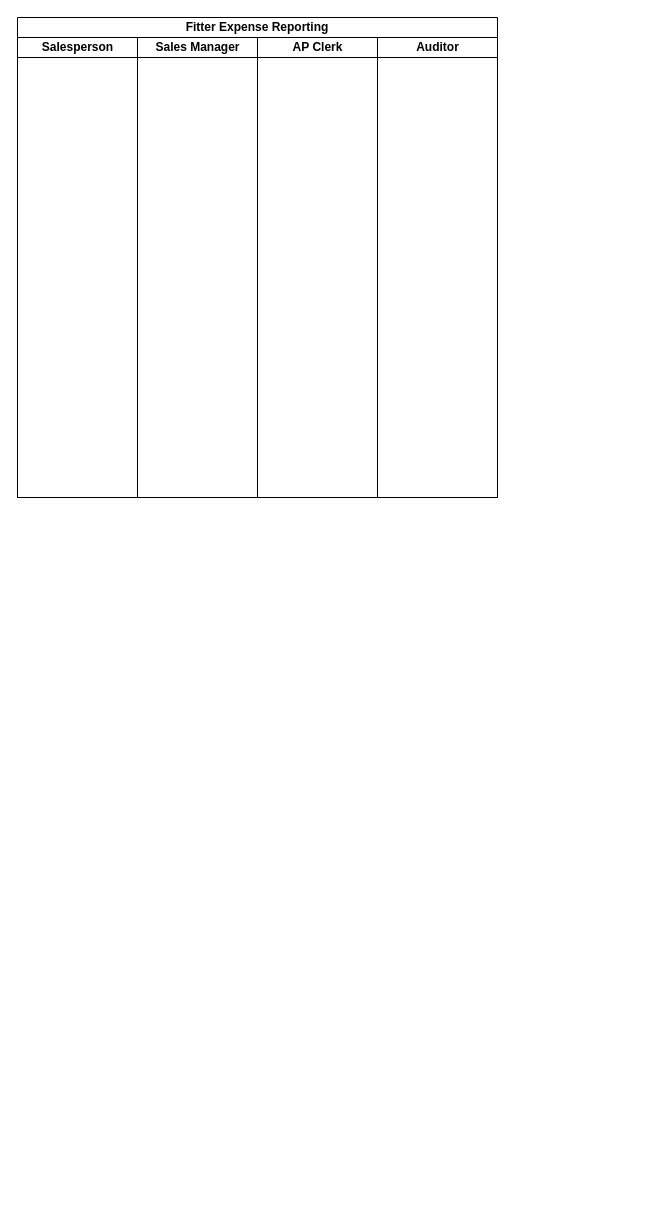
MHibriziF/SIPA keeps this draw.io diagram as Untitled Diagram.drawio. Above is the earlier version. Source tidied: cells renumbered, new cells numbered last; positions are measured from the earlier drawing's top-left corner, leaving out a move shared by most shapes. Both pictures are drawn from the tidied source at 100%, with x=0, y=0 at pixel (17, 17).
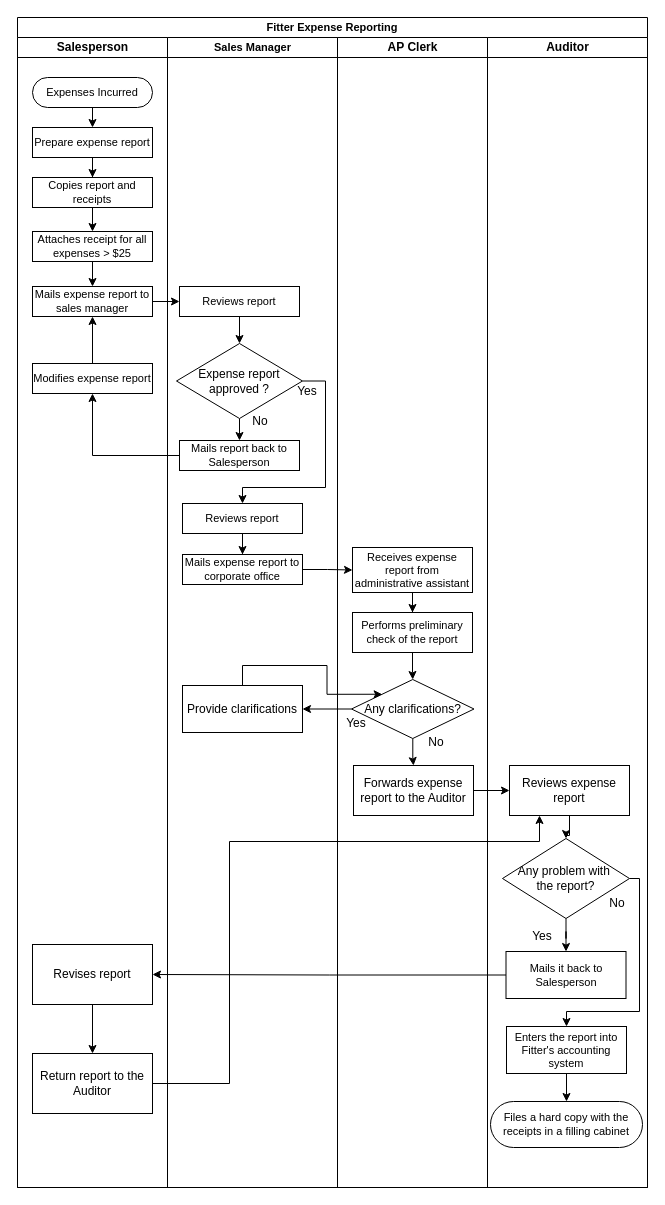
Above is the later version.

Commit message:
Finished Swimale Diagram.drawio

The edit, as a diff of the source:
```diff
@@
-    <mxCell id="2" value="Fitter Expense Reporting" style="swimlane;html=1;startSize=20;whiteSpace=wrap;" parent="1" vertex="1">
-      <mxGeometry width="480" height="480" as="geometry" />
+    <mxCell id="2" value="Fitter Expense Reporting" style="swimlane;html=1;startSize=20;whiteSpace=wrap;fontSize=11;" parent="1" vertex="1">
+      <mxGeometry width="630" height="1170" as="geometry" />
     </mxCell>
     <mxCell id="3" value="Salesperson" style="swimlane;html=1;startSize=20;" parent="2" vertex="1">
-      <mxGeometry y="20" width="120" height="460" as="geometry" />
+      <mxGeometry y="20" width="150" height="1150" as="geometry" />
     </mxCell>
+    <mxCell id="7" style="edgeStyle=orthogonalEdgeStyle;rounded=0;jettySize=auto;html=1;exitX=0.5;exitY=1;exitDx=0;exitDy=0;entryX=0.5;entryY=0;entryDx=0;entryDy=0;" parent="3" edge="1" source="8" target="10">
+      <mxGeometry relative="1" as="geometry" />
+    </mxCell>
+    <mxCell id="8" value="Expenses Incurred" style="rounded=1;whiteSpace=wrap;html=1;arcSize=50;fontSize=11;" parent="3" vertex="1">
+      <mxGeometry x="15" y="40" width="120" height="30" as="geometry" />
+    </mxCell>
+    <mxCell id="9" style="edgeStyle=orthogonalEdgeStyle;rounded=0;jettySize=auto;html=1;exitX=0.5;exitY=1;exitDx=0;exitDy=0;" parent="3" edge="1" source="10" target="12">
+      <mxGeometry relative="1" as="geometry" />
+    </mxCell>
+    <mxCell id="10" value="Prepare expense report" style="rounded=0;whiteSpace=wrap;html=1;fontSize=11;" parent="3" vertex="1">
+      <mxGeometry x="15" y="90" width="120" height="30" as="geometry" />
+    </mxCell>
+    <mxCell id="11" style="edgeStyle=orthogonalEdgeStyle;rounded=0;jettySize=auto;html=1;entryX=0.5;entryY=0;entryDx=0;entryDy=0;" parent="3" edge="1" source="12" target="14">
+      <mxGeometry relative="1" as="geometry" />
+    </mxCell>
+    <mxCell id="12" value="Copies report and receipts" style="rounded=0;whiteSpace=wrap;html=1;fontSize=11;" parent="3" vertex="1">
+      <mxGeometry x="15" y="140" width="120" height="30" as="geometry" />
+    </mxCell>
+    <mxCell id="13" style="edgeStyle=orthogonalEdgeStyle;rounded=0;jettySize=auto;html=1;" parent="3" edge="1" source="14" target="15">
+      <mxGeometry relative="1" as="geometry" />
+    </mxCell>
+    <mxCell id="14" value="Attaches receipt for all expenses &amp;gt; $25" style="rounded=0;whiteSpace=wrap;html=1;fontSize=11;" parent="3" vertex="1">
+      <mxGeometry x="15" y="194" width="120" height="30" as="geometry" />
+    </mxCell>
+    <mxCell id="15" value="Mails expense report to sales manager" style="rounded=0;whiteSpace=wrap;html=1;fontSize=11;" parent="3" vertex="1">
+      <mxGeometry x="15" y="249" width="120" height="30" as="geometry" />
+    </mxCell>
+    <mxCell id="16" style="edgeStyle=orthogonalEdgeStyle;rounded=0;jettySize=auto;html=1;" parent="3" edge="1" source="17" target="15">
+      <mxGeometry relative="1" as="geometry" />
+    </mxCell>
+    <mxCell id="17" value="Modifies expense report" style="rounded=0;whiteSpace=wrap;html=1;fontSize=11;" parent="3" vertex="1">
+      <mxGeometry x="15" y="326" width="120" height="30" as="geometry" />
+    </mxCell>
+    <mxCell id="18" style="edgeStyle=orthogonalEdgeStyle;rounded=0;jettySize=auto;html=1;" parent="3" edge="1" source="19" target="20">
+      <mxGeometry relative="1" as="geometry" />
+    </mxCell>
+    <mxCell id="19" value="Revises report" style="rounded=0;whiteSpace=wrap;html=1;" parent="3" vertex="1">
+      <mxGeometry x="15" y="907" width="120" height="60" as="geometry" />
+    </mxCell>
+    <mxCell id="20" value="Return report to the Auditor" style="rounded=0;whiteSpace=wrap;html=1;" parent="3" vertex="1">
+      <mxGeometry x="15" y="1016" width="120" height="60" as="geometry" />
+    </mxCell>
-    <mxCell id="4" value="Sales Manager" style="swimlane;html=1;startSize=20;" parent="2" vertex="1">
-      <mxGeometry x="120" y="20" width="120" height="460" as="geometry" />
+    <mxCell id="4" value="Sales Manager" style="swimlane;html=1;startSize=20;fontSize=11;" parent="2" vertex="1">
+      <mxGeometry x="150" y="20" width="170" height="1150" as="geometry" />
     </mxCell>
+    <mxCell id="21" style="edgeStyle=orthogonalEdgeStyle;rounded=0;jettySize=auto;html=1;" parent="4" edge="1" source="22" target="25">
+      <mxGeometry relative="1" as="geometry" />
+    </mxCell>
+    <mxCell id="22" value="Reviews report" style="rounded=0;whiteSpace=wrap;html=1;fontSize=11;" parent="4" vertex="1">
+      <mxGeometry x="12" y="249" width="120" height="30" as="geometry" />
+    </mxCell>
+    <mxCell id="23" style="edgeStyle=orthogonalEdgeStyle;rounded=0;jettySize=auto;html=1;exitX=0.5;exitY=1;exitDx=0;exitDy=0;entryX=0.5;entryY=0;entryDx=0;entryDy=0;" parent="4" edge="1" source="25" target="26">
+      <mxGeometry relative="1" as="geometry" />
+    </mxCell>
+    <mxCell id="24" style="edgeStyle=orthogonalEdgeStyle;rounded=0;jettySize=auto;html=1;exitX=1;exitY=0.5;exitDx=0;exitDy=0;" parent="4" edge="1" source="25" target="28">
+      <mxGeometry relative="1" as="geometry">
+        <Array as="points">
+          <mxPoint x="158" y="343" />
+          <mxPoint x="158" y="450" />
+          <mxPoint x="75" y="450" />
+        </Array>
+      </mxGeometry>
+    </mxCell>
+    <mxCell id="25" value="Expense report approved ?" style="rhombus;whiteSpace=wrap;html=1;" parent="4" vertex="1">
+      <mxGeometry x="9" y="306" width="126" height="75" as="geometry" />
+    </mxCell>
+    <mxCell id="26" value="Mails report back to Salesperson" style="rounded=0;whiteSpace=wrap;html=1;fontSize=11;" parent="4" vertex="1">
+      <mxGeometry x="12" y="403" width="120" height="30" as="geometry" />
+    </mxCell>
+    <mxCell id="27" style="edgeStyle=orthogonalEdgeStyle;rounded=0;jettySize=auto;html=1;" parent="4" edge="1" source="28" target="31">
+      <mxGeometry relative="1" as="geometry" />
+    </mxCell>
+    <mxCell id="28" value="Reviews report" style="rounded=0;whiteSpace=wrap;html=1;fontSize=11;" parent="4" vertex="1">
+      <mxGeometry x="15" y="466" width="120" height="30" as="geometry" />
+    </mxCell>
+    <mxCell id="29" value="No" style="text;html=1;align=center;verticalAlign=middle;whiteSpace=wrap;rounded=0;" parent="4" vertex="1">
+      <mxGeometry x="63" y="369" width="60" height="30" as="geometry" />
+    </mxCell>
+    <mxCell id="30" value="Yes" style="text;html=1;align=center;verticalAlign=middle;whiteSpace=wrap;rounded=0;" parent="4" vertex="1">
+      <mxGeometry x="110" y="339" width="60" height="30" as="geometry" />
+    </mxCell>
+    <mxCell id="31" value="Mails expense report to corporate office" style="rounded=0;whiteSpace=wrap;html=1;fontSize=11;" parent="4" vertex="1">
+      <mxGeometry x="15" y="517" width="120" height="30" as="geometry" />
+    </mxCell>
+    <mxCell id="32" value="Provide clarifications" style="rounded=0;whiteSpace=wrap;html=1;" parent="4" vertex="1">
+      <mxGeometry x="15" y="648" width="120" height="47" as="geometry" />
+    </mxCell>
     <mxCell id="5" value="AP Clerk" style="swimlane;html=1;startSize=20;" parent="2" vertex="1">
-      <mxGeometry x="240" y="20" width="120" height="460" as="geometry" />
+      <mxGeometry x="320" y="20" width="150" height="1150" as="geometry" />
     </mxCell>
+    <mxCell id="33" style="edgeStyle=orthogonalEdgeStyle;rounded=0;jettySize=auto;html=1;" parent="5" edge="1" source="34" target="36">
+      <mxGeometry relative="1" as="geometry" />
+    </mxCell>
+    <mxCell id="34" value="Receives expense report from administrative assistant" style="rounded=0;whiteSpace=wrap;html=1;fontSize=11;" parent="5" vertex="1">
+      <mxGeometry x="15" y="510" width="120" height="45" as="geometry" />
+    </mxCell>
+    <mxCell id="35" style="edgeStyle=orthogonalEdgeStyle;rounded=0;jettySize=auto;html=1;entryX=0.5;entryY=0;entryDx=0;entryDy=0;" parent="5" edge="1" source="36" target="38">
+      <mxGeometry relative="1" as="geometry" />
+    </mxCell>
+    <mxCell id="36" value="Performs preliminary check of the report" style="rounded=0;whiteSpace=wrap;html=1;fontSize=11;" parent="5" vertex="1">
+      <mxGeometry x="15" y="575" width="120" height="40" as="geometry" />
+    </mxCell>
+    <mxCell id="37" style="edgeStyle=orthogonalEdgeStyle;rounded=0;jettySize=auto;html=1;" parent="5" edge="1" source="38" target="39">
+      <mxGeometry relative="1" as="geometry" />
+    </mxCell>
+    <mxCell id="38" value="Any clarifications?" style="rhombus;whiteSpace=wrap;html=1;" parent="5" vertex="1">
+      <mxGeometry x="14" y="642" width="122.5" height="59" as="geometry" />
+    </mxCell>
+    <mxCell id="39" value="Forwards expense report to the Auditor" style="rounded=0;whiteSpace=wrap;html=1;" parent="5" vertex="1">
+      <mxGeometry x="16" y="728" width="120" height="50" as="geometry" />
+    </mxCell>
+    <mxCell id="40" value="No" style="text;html=1;align=center;verticalAlign=middle;whiteSpace=wrap;rounded=0;" parent="5" vertex="1">
+      <mxGeometry x="69" y="690" width="60" height="30" as="geometry" />
+    </mxCell>
+    <mxCell id="41" value="Yes" style="text;html=1;align=center;verticalAlign=middle;whiteSpace=wrap;rounded=0;" parent="5" vertex="1">
+      <mxGeometry x="-11" y="671" width="60" height="30" as="geometry" />
+    </mxCell>
+    <mxCell id="42" style="edgeStyle=orthogonalEdgeStyle;rounded=0;jettySize=auto;html=1;" parent="2" edge="1" source="15" target="22">
+      <mxGeometry relative="1" as="geometry" />
+    </mxCell>
     <mxCell id="6" value="Auditor" style="swimlane;html=1;startSize=20;" parent="2" vertex="1">
-      <mxGeometry x="360" y="20" width="120" height="460" as="geometry" />
+      <mxGeometry x="470" y="20" width="160" height="1150" as="geometry" />
     </mxCell>
+    <mxCell id="43" style="edgeStyle=orthogonalEdgeStyle;rounded=0;jettySize=auto;html=1;" parent="6" edge="1" source="44" target="47">
+      <mxGeometry relative="1" as="geometry" />
+    </mxCell>
+    <mxCell id="44" value="Reviews expense report" style="rounded=0;whiteSpace=wrap;html=1;" parent="6" vertex="1">
+      <mxGeometry x="22" y="728" width="120" height="50" as="geometry" />
+    </mxCell>
+    <mxCell id="45" style="edgeStyle=orthogonalEdgeStyle;rounded=0;jettySize=auto;html=1;" parent="6" edge="1" source="47" target="52">
+      <mxGeometry relative="1" as="geometry" />
+    </mxCell>
+    <mxCell id="46" style="edgeStyle=orthogonalEdgeStyle;rounded=0;jettySize=auto;html=1;exitX=1;exitY=0.5;exitDx=0;exitDy=0;" parent="6" edge="1" source="47" target="51">
+      <mxGeometry relative="1" as="geometry">
+        <Array as="points">
+          <mxPoint x="152" y="841" />
+          <mxPoint x="152" y="974" />
+          <mxPoint x="79" y="974" />
+        </Array>
+      </mxGeometry>
+    </mxCell>
+    <mxCell id="47" value="&lt;div&gt;Any problem with&amp;nbsp;&lt;/div&gt;&lt;div&gt;the report?&lt;/div&gt;" style="rhombus;whiteSpace=wrap;html=1;" parent="6" vertex="1">
+      <mxGeometry x="15" y="801" width="127" height="80" as="geometry" />
+    </mxCell>
+    <mxCell id="48" value="No" style="text;html=1;align=center;verticalAlign=middle;whiteSpace=wrap;rounded=0;" parent="6" vertex="1">
+      <mxGeometry x="100" y="851" width="60" height="30" as="geometry" />
+    </mxCell>
+    <mxCell id="49" value="Files a hard copy with the receipts in a filling cabinet" style="rounded=1;whiteSpace=wrap;html=1;arcSize=50;fontSize=11;" parent="6" vertex="1">
+      <mxGeometry x="3" y="1064" width="152" height="46" as="geometry" />
+    </mxCell>
+    <mxCell id="50" style="edgeStyle=orthogonalEdgeStyle;rounded=0;jettySize=auto;html=1;" parent="6" edge="1" source="51" target="49">
+      <mxGeometry relative="1" as="geometry" />
+    </mxCell>
+    <mxCell id="51" value="Enters the report into Fitter's accounting system" style="rounded=0;whiteSpace=wrap;html=1;fontSize=11;" parent="6" vertex="1">
+      <mxGeometry x="19" y="989" width="120" height="47" as="geometry" />
+    </mxCell>
+    <mxCell id="52" value="Mails it back to Salesperson" style="rounded=0;whiteSpace=wrap;html=1;fontSize=11;" parent="6" vertex="1">
+      <mxGeometry x="18.5" y="914" width="120" height="47" as="geometry" />
+    </mxCell>
+    <mxCell id="53" style="edgeStyle=orthogonalEdgeStyle;rounded=0;jettySize=auto;html=1;exitX=0;exitY=0.5;exitDx=0;exitDy=0;entryX=0.5;entryY=1;entryDx=0;entryDy=0;" parent="2" edge="1" source="26" target="17">
+      <mxGeometry relative="1" as="geometry" />
+    </mxCell>
+    <mxCell id="54" style="edgeStyle=orthogonalEdgeStyle;rounded=0;jettySize=auto;html=1;" parent="2" edge="1" source="31" target="34">
+      <mxGeometry relative="1" as="geometry" />
+    </mxCell>
+    <mxCell id="55" style="edgeStyle=orthogonalEdgeStyle;rounded=0;jettySize=auto;html=1;" parent="2" edge="1" source="38" target="32">
+      <mxGeometry relative="1" as="geometry" />
+    </mxCell>
+    <mxCell id="56" style="edgeStyle=orthogonalEdgeStyle;rounded=0;jettySize=auto;html=1;entryX=0;entryY=0;entryDx=0;entryDy=0;exitX=0.5;exitY=0;exitDx=0;exitDy=0;" parent="2" edge="1" source="32" target="38">
+      <mxGeometry relative="1" as="geometry" />
+    </mxCell>
+    <mxCell id="57" style="edgeStyle=orthogonalEdgeStyle;rounded=0;jettySize=auto;html=1;" parent="2" edge="1" source="39" target="44">
+      <mxGeometry relative="1" as="geometry" />
+    </mxCell>
+    <mxCell id="58" style="edgeStyle=orthogonalEdgeStyle;rounded=0;jettySize=auto;html=1;entryX=1;entryY=0.5;entryDx=0;entryDy=0;" parent="2" edge="1" source="52" target="19">
+      <mxGeometry relative="1" as="geometry" />
+    </mxCell>
+    <mxCell id="59" style="edgeStyle=orthogonalEdgeStyle;rounded=0;jettySize=auto;html=1;exitX=1;exitY=0.5;exitDx=0;exitDy=0;entryX=0.25;entryY=1;entryDx=0;entryDy=0;" parent="2" edge="1" source="20" target="44">
+      <mxGeometry relative="1" as="geometry">
+        <Array as="points">
+          <mxPoint x="212" y="1066" />
+          <mxPoint x="212" y="824" />
+          <mxPoint x="522" y="824" />
+        </Array>
+      </mxGeometry>
+    </mxCell>
+    <mxCell id="60" value="Yes" style="text;html=1;align=center;verticalAlign=middle;whiteSpace=wrap;rounded=0;" parent="1" vertex="1">
+      <mxGeometry x="495" y="904" width="60" height="30" as="geometry" />
+    </mxCell>
```
